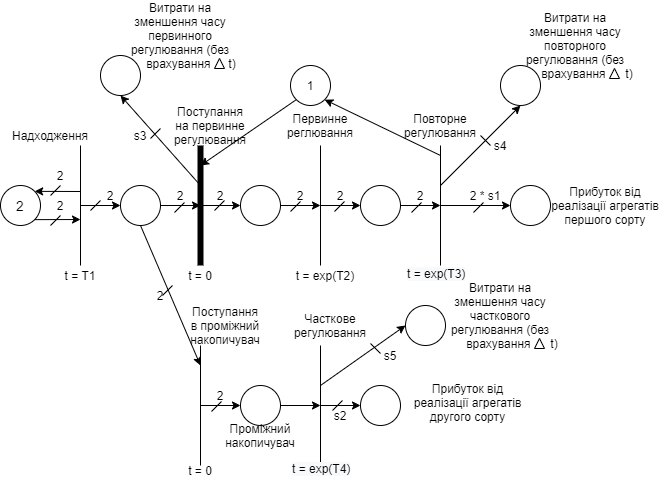
This is course work schema.png from ojdmytruk/SystemModeling_sem7, a draw.io export, as it was before one commit. Source tidied: cells renumbered, new cells last; positions are measured from the earlier drawing's top-left corner, leaving out a move shared by most shapes.
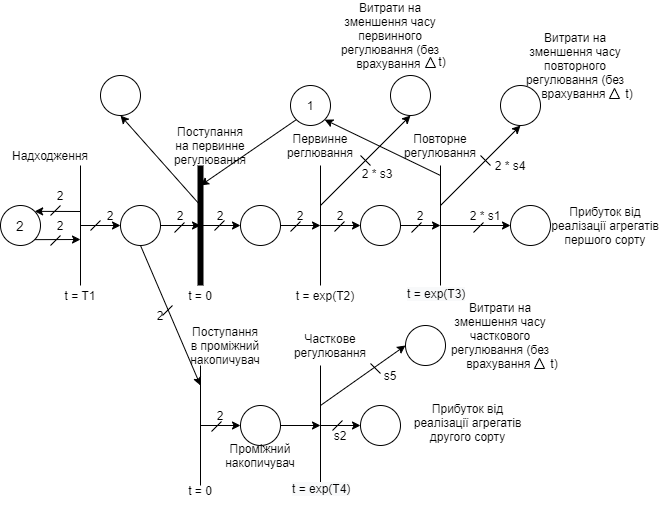
The same file after the commit.

Change to the diagram source:
```diff
@@ -308,12 +308,6 @@
         <mxPoint x="320" y="360" as="sourcePoint" />
       </mxGeometry>
     </mxCell>
-    <mxCell id="75" style="endArrow=none;html=1;" parent="1" edge="1">
-      <mxGeometry relative="1" as="geometry">
-        <mxPoint x="150" y="113" as="sourcePoint" />
-        <mxPoint x="160" y="103" as="targetPoint" />
-      </mxGeometry>
-    </mxCell>
     <mxCell id="76" style="endArrow=none;html=1;" parent="1" edge="1">
       <mxGeometry relative="1" as="geometry">
         <mxPoint x="480" y="110" as="sourcePoint" />
@@ -332,20 +326,17 @@
         <mxPoint x="342" y="375" as="targetPoint" />
       </mxGeometry>
     </mxCell>
-    <mxCell id="79" value="s3" style="text;html=1;strokeColor=none;fillColor=none;align=center;verticalAlign=middle;whiteSpace=wrap;rounded=0;" parent="1" vertex="1">
-      <mxGeometry x="120" y="100" width="40" height="20" as="geometry" />
-    </mxCell>
-    <mxCell id="80" value="s4" style="text;html=1;strokeColor=none;fillColor=none;align=center;verticalAlign=middle;whiteSpace=wrap;rounded=0;" parent="1" vertex="1">
-      <mxGeometry x="480" y="110" width="40" height="20" as="geometry" />
+    <mxCell id="80" value="2 * s4" style="text;html=1;strokeColor=none;fillColor=none;align=center;verticalAlign=middle;whiteSpace=wrap;rounded=0;" parent="1" vertex="1">
+      <mxGeometry x="490" y="110" width="40" height="20" as="geometry" />
     </mxCell>
     <mxCell id="81" value="s5" style="text;html=1;strokeColor=none;fillColor=none;align=center;verticalAlign=middle;whiteSpace=wrap;rounded=0;" parent="1" vertex="1">
       <mxGeometry x="370" y="320" width="40" height="20" as="geometry" />
     </mxCell>
     <mxCell id="82" value="Витрати на зменшення часу первинного регулювання (без врахування&amp;nbsp;" style="text;html=1;strokeColor=none;fillColor=none;align=center;verticalAlign=middle;whiteSpace=wrap;rounded=0;" parent="1" vertex="1">
-      <mxGeometry x="115" width="130" height="20" as="geometry" />
+      <mxGeometry x="325" y="-20" width="130" height="20" as="geometry" />
     </mxCell>
     <mxCell id="83" style="triangle;whiteSpace=wrap;html=1;rotation=-90;" parent="1" vertex="1">
-      <mxGeometry x="214" y="33" width="10" height="10" as="geometry" />
+      <mxGeometry x="425" y="12" width="10" height="10" as="geometry" />
     </mxCell>
     <mxCell id="84" value="Витрати на зменшення часу повторного регулювання (без врахування&amp;nbsp;" style="text;html=1;strokeColor=none;fillColor=none;align=center;verticalAlign=middle;whiteSpace=wrap;rounded=0;" parent="1" vertex="1">
       <mxGeometry x="510" y="10" width="130" height="20" as="geometry" />
@@ -354,7 +345,7 @@
       <mxGeometry x="609" y="43" width="10" height="10" as="geometry" />
     </mxCell>
     <mxCell id="86" value="t)" style="text;html=1;strokeColor=none;fillColor=none;align=center;verticalAlign=middle;whiteSpace=wrap;rounded=0;" parent="1" vertex="1">
-      <mxGeometry x="212" y="28" width="40" height="20" as="geometry" />
+      <mxGeometry x="421.5" y="6" width="40" height="20" as="geometry" />
     </mxCell>
     <mxCell id="87" value="t)" style="text;html=1;strokeColor=none;fillColor=none;align=center;verticalAlign=middle;whiteSpace=wrap;rounded=0;" parent="1" vertex="1">
       <mxGeometry x="609" y="38" width="40" height="20" as="geometry" />
@@ -371,5 +362,22 @@
     <mxCell id="91" value="s2" style="text;html=1;strokeColor=none;fillColor=none;align=center;verticalAlign=middle;whiteSpace=wrap;rounded=0;" parent="1" vertex="1">
       <mxGeometry x="320" y="380" width="40" height="20" as="geometry" />
     </mxCell>
+    <mxCell id="92" style="ellipse;whiteSpace=wrap;html=1;" parent="1" vertex="1">
+      <mxGeometry x="390" y="30" width="40" height="40" as="geometry" />
+    </mxCell>
+    <mxCell id="93" style="endArrow=classic;html=1;entryX=0.5;entryY=1;entryDx=0;entryDy=0;exitX=0;exitY=0;exitDx=0;exitDy=0;" parent="1" edge="1" target="92">
+      <mxGeometry relative="1" as="geometry">
+        <mxPoint x="320" y="160" as="sourcePoint" />
+      </mxGeometry>
+    </mxCell>
+    <mxCell id="94" value="2 * s3" style="text;html=1;strokeColor=none;fillColor=none;align=center;verticalAlign=middle;whiteSpace=wrap;rounded=0;" parent="1" vertex="1">
+      <mxGeometry x="357" y="118" width="40" height="20" as="geometry" />
+    </mxCell>
+    <mxCell id="95" style="endArrow=none;html=1;" parent="1" edge="1">
+      <mxGeometry relative="1" as="geometry">
+        <mxPoint x="370" y="120" as="sourcePoint" />
+        <mxPoint x="360" y="110" as="targetPoint" />
+      </mxGeometry>
+    </mxCell>
   </root>
 </mxGraphModel>
```
